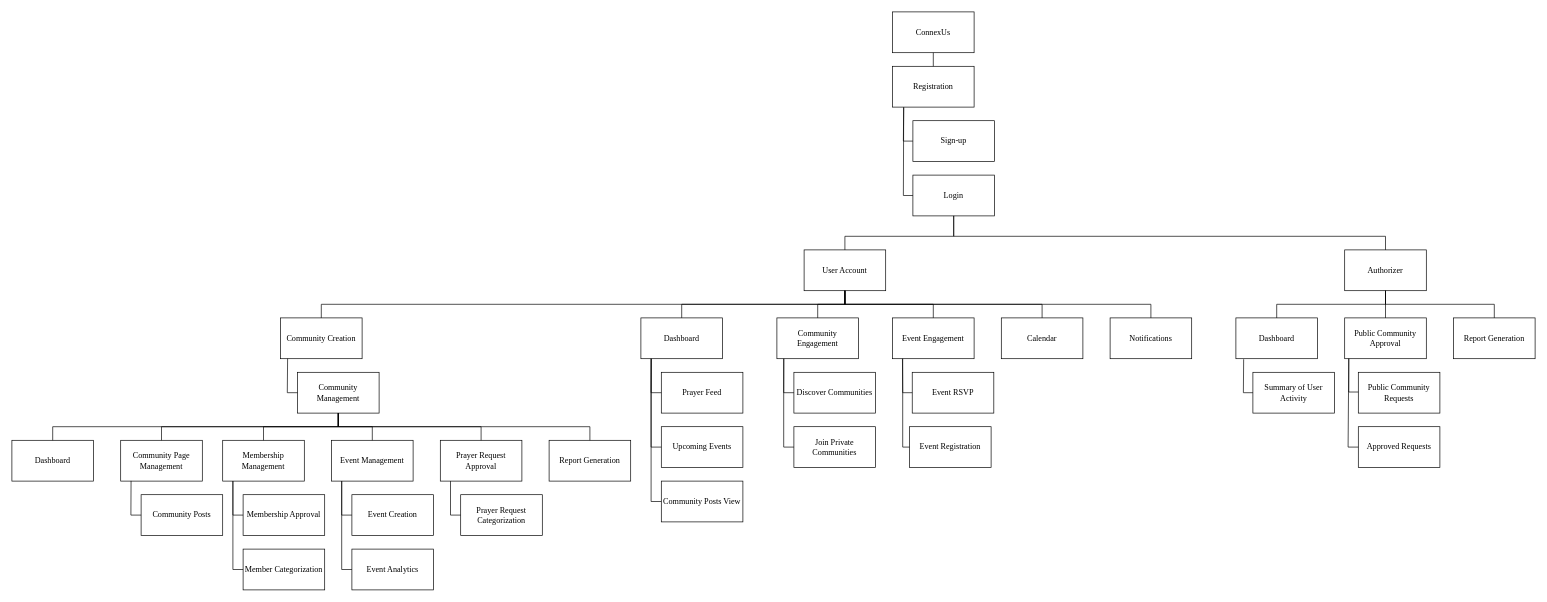
Earlier version of the draw.io diagram page "Page-1" (1 of 11) of ConnexUs_Chap3.drawio (gvillanueva01/ConnexUs_diagrams). Source tidied: cells renumbered, new cells numbered last; positions are measured from the earlier drawing's top-left corner, leaving out a move shared by most shapes. Both pictures are drawn from the tidied source at 68%, with x=0, y=0 at pixel (12, 12).
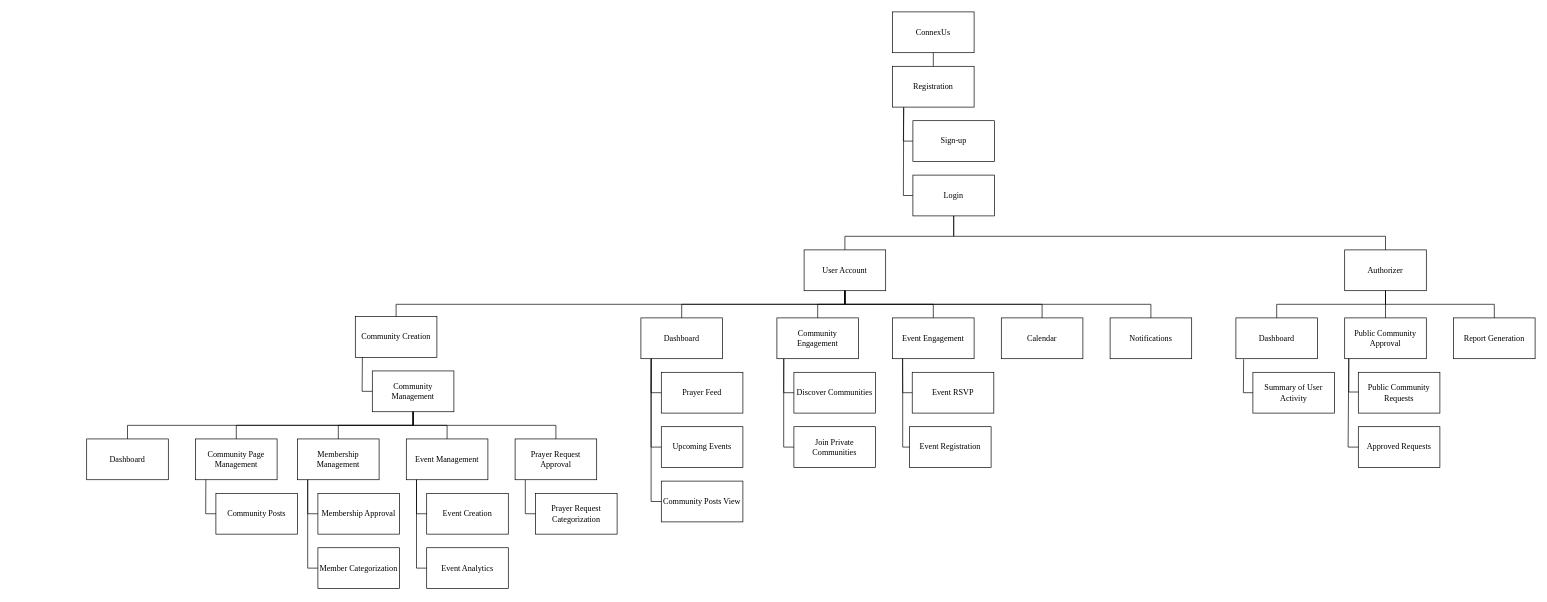
After the change.

Diff of the diagram source:
```diff
@@
     <mxCell id="11" value="Event Management" style="rounded=0;whiteSpace=wrap;html=1;fontFamily=Times New Roman;" parent="1" vertex="1">
-      <mxGeometry x="470" y="630" width="120" height="60" as="geometry" />
+      <mxGeometry x="580" y="628" width="120" height="60" as="geometry" />
     </mxCell>
@@
     <mxCell id="13" value="Event Creation" style="rounded=0;whiteSpace=wrap;html=1;fontFamily=Times New Roman;" parent="1" vertex="1">
-      <mxGeometry x="500" y="710" width="120" height="60" as="geometry" />
+      <mxGeometry x="610" y="708" width="120" height="60" as="geometry" />
     </mxCell>
     <mxCell id="14" value="Event Analytics" style="rounded=0;whiteSpace=wrap;html=1;fontFamily=Times New Roman;" parent="1" vertex="1">
-      <mxGeometry x="500" y="790" width="120" height="60" as="geometry" />
+      <mxGeometry x="610" y="788" width="120" height="60" as="geometry" />
     </mxCell>
     <mxCell id="15" value="Membership Management" style="rounded=0;whiteSpace=wrap;html=1;fontFamily=Times New Roman;" parent="1" vertex="1">
-      <mxGeometry x="310" y="630" width="120" height="60" as="geometry" />
+      <mxGeometry x="420" y="628" width="120" height="60" as="geometry" />
     </mxCell>
     <mxCell id="16" value="Member Categorization" style="rounded=0;whiteSpace=wrap;html=1;fontFamily=Times New Roman;" parent="1" vertex="1">
-      <mxGeometry x="340" y="790" width="120" height="60" as="geometry" />
+      <mxGeometry x="450" y="788" width="120" height="60" as="geometry" />
     </mxCell>
     <mxCell id="17" value="Membership Approval" style="rounded=0;whiteSpace=wrap;html=1;fontFamily=Times New Roman;" parent="1" vertex="1">
-      <mxGeometry x="340" y="710" width="120" height="60" as="geometry" />
+      <mxGeometry x="450" y="708" width="120" height="60" as="geometry" />
     </mxCell>
     <mxCell id="18" value="Dashboard" style="rounded=0;whiteSpace=wrap;html=1;fontFamily=Times New Roman;" parent="1" vertex="1">
-      <mxGeometry y="630" width="120" height="60" as="geometry" />
+      <mxGeometry x="110" y="628" width="120" height="60" as="geometry" />
     </mxCell>
     <mxCell id="19" value="Prayer Request Approval" style="rounded=0;whiteSpace=wrap;html=1;fontFamily=Times New Roman;" parent="1" vertex="1">
-      <mxGeometry x="630" y="630" width="120" height="60" as="geometry" />
+      <mxGeometry x="740" y="628" width="120" height="60" as="geometry" />
     </mxCell>
     <mxCell id="20" value="Prayer Request Categorization" style="rounded=0;whiteSpace=wrap;html=1;fontFamily=Times New Roman;" parent="1" vertex="1">
-      <mxGeometry x="660" y="710" width="120" height="60" as="geometry" />
+      <mxGeometry x="770" y="708" width="120" height="60" as="geometry" />
     </mxCell>
@@
     <mxCell id="22" value="Community Creation" style="rounded=0;whiteSpace=wrap;html=1;fontFamily=Times New Roman;" parent="1" vertex="1">
-      <mxGeometry x="395" y="450" width="120" height="60" as="geometry" />
+      <mxGeometry x="505" y="448" width="120" height="60" as="geometry" />
     </mxCell>
     <mxCell id="23" value="Community Management" style="rounded=0;whiteSpace=wrap;html=1;fontFamily=Times New Roman;" parent="1" vertex="1">
-      <mxGeometry x="420" y="530" width="120" height="60" as="geometry" />
+      <mxGeometry x="530" y="528" width="120" height="60" as="geometry" />
     </mxCell>
@@
     <mxCell id="32" value="Community Page Management" style="rounded=0;whiteSpace=wrap;html=1;fontFamily=Times New Roman;" parent="1" vertex="1">
-      <mxGeometry x="160" y="630" width="120" height="60" as="geometry" />
+      <mxGeometry x="270" y="628" width="120" height="60" as="geometry" />
     </mxCell>
     <mxCell id="33" value="Community Posts" style="rounded=0;whiteSpace=wrap;html=1;fontFamily=Times New Roman;" parent="1" vertex="1">
-      <mxGeometry x="190" y="710" width="120" height="60" as="geometry" />
+      <mxGeometry x="300" y="708" width="120" height="60" as="geometry" />
     </mxCell>
@@
-    <mxCell id="35" value="Report Generation" style="rounded=0;whiteSpace=wrap;html=1;fontFamily=Times New Roman;" parent="1" vertex="1">
-      <mxGeometry x="790" y="630" width="120" height="60" as="geometry" />
-    </mxCell>
@@
     <mxCell id="46" style="endArrow=none;html=1;rounded=0;entryX=0.5;entryY=1;entryDx=0;entryDy=0;exitX=0.5;exitY=0;exitDx=0;exitDy=0;" parent="1" edge="1" source="22">
       <mxGeometry relative="1" as="geometry">
         <mxPoint x="1225" y="410" as="targetPoint" />
         <Array as="points">
-          <mxPoint x="455" y="430" />
+          <mxPoint x="565" y="430" />
           <mxPoint x="1225" y="430" />
         </Array>
       </mxGeometry>
     </mxCell>
@@
     <mxCell id="51" style="endArrow=none;html=1;rounded=0;entryX=0.087;entryY=0.998;entryDx=0;entryDy=0;entryPerimeter=0;exitX=0;exitY=0.5;exitDx=0;exitDy=0;" parent="1" edge="1" source="23" target="22">
       <mxGeometry relative="1" as="geometry">
         <Array as="points">
-          <mxPoint x="405" y="560" />
+          <mxPoint x="515" y="558" />
         </Array>
       </mxGeometry>
     </mxCell>
     <mxCell id="52" style="endArrow=none;html=1;rounded=0;entryX=0.5;entryY=1;entryDx=0;entryDy=0;exitX=0.5;exitY=0;exitDx=0;exitDy=0;" parent="1" edge="1" source="18" target="23">
       <mxGeometry relative="1" as="geometry">
         <Array as="points">
-          <mxPoint x="60" y="610" />
-          <mxPoint x="480" y="610" />
+          <mxPoint x="170" y="608" />
+          <mxPoint x="590" y="608" />
         </Array>
       </mxGeometry>
     </mxCell>
     <mxCell id="53" style="endArrow=none;html=1;rounded=0;entryX=0.5;entryY=1;entryDx=0;entryDy=0;exitX=0.5;exitY=0;exitDx=0;exitDy=0;" parent="1" edge="1" source="32">
       <mxGeometry relative="1" as="geometry">
-        <mxPoint x="480" y="590" as="targetPoint" />
+        <mxPoint x="590" y="588" as="targetPoint" />
         <Array as="points">
-          <mxPoint x="220" y="610" />
-          <mxPoint x="480" y="610" />
+          <mxPoint x="330" y="608" />
+          <mxPoint x="590" y="608" />
         </Array>
       </mxGeometry>
     </mxCell>
     <mxCell id="54" style="endArrow=none;html=1;rounded=0;entryX=0.5;entryY=1;entryDx=0;entryDy=0;exitX=0.5;exitY=0;exitDx=0;exitDy=0;" parent="1" edge="1" source="15" target="23">
       <mxGeometry relative="1" as="geometry">
         <Array as="points">
-          <mxPoint x="370" y="610" />
-          <mxPoint x="480" y="610" />
+          <mxPoint x="480" y="608" />
+          <mxPoint x="590" y="608" />
         </Array>
       </mxGeometry>
     </mxCell>
     <mxCell id="55" style="endArrow=none;html=1;rounded=0;entryX=0.5;entryY=1;entryDx=0;entryDy=0;exitX=0.5;exitY=0;exitDx=0;exitDy=0;" parent="1" edge="1" source="11" target="23">
       <mxGeometry relative="1" as="geometry">
         <Array as="points">
-          <mxPoint x="530" y="610" />
-          <mxPoint x="480" y="610" />
+          <mxPoint x="640" y="608" />
+          <mxPoint x="590" y="608" />
         </Array>
       </mxGeometry>
     </mxCell>
     <mxCell id="56" style="endArrow=none;html=1;rounded=0;entryX=0.5;entryY=1;entryDx=0;entryDy=0;exitX=0.5;exitY=0;exitDx=0;exitDy=0;" parent="1" edge="1" source="19">
       <mxGeometry relative="1" as="geometry">
-        <mxPoint x="480" y="590" as="targetPoint" />
+        <mxPoint x="590" y="588" as="targetPoint" />
         <Array as="points">
-          <mxPoint x="690" y="610" />
-          <mxPoint x="480" y="610" />
+          <mxPoint x="800" y="608" />
+          <mxPoint x="590" y="608" />
         </Array>
       </mxGeometry>
     </mxCell>
-    <mxCell id="57" style="endArrow=none;html=1;rounded=0;entryX=0.5;entryY=1;entryDx=0;entryDy=0;exitX=0.5;exitY=0;exitDx=0;exitDy=0;" parent="1" edge="1" source="35">
-      <mxGeometry relative="1" as="geometry">
-        <mxPoint x="480" y="590" as="targetPoint" />
-        <Array as="points">
-          <mxPoint x="850" y="610" />
-          <mxPoint x="480" y="610" />
-        </Array>
-      </mxGeometry>
-    </mxCell>
     <mxCell id="58" style="endArrow=none;html=1;rounded=0;entryX=0.127;entryY=0.995;entryDx=0;entryDy=0;entryPerimeter=0;exitX=0;exitY=0.5;exitDx=0;exitDy=0;" parent="1" edge="1" source="33" target="32">
       <mxGeometry relative="1" as="geometry">
         <Array as="points">
-          <mxPoint x="175" y="740" />
+          <mxPoint x="285" y="738" />
         </Array>
       </mxGeometry>
     </mxCell>
     <mxCell id="59" style="endArrow=none;html=1;rounded=0;entryX=0.087;entryY=1.013;entryDx=0;entryDy=0;entryPerimeter=0;exitX=0;exitY=0.5;exitDx=0;exitDy=0;" parent="1" edge="1" source="17">
       <mxGeometry relative="1" as="geometry">
-        <mxPoint x="325" y="690" as="targetPoint" />
+        <mxPoint x="435" y="688" as="targetPoint" />
         <Array as="points">
-          <mxPoint x="325" y="740" />
+          <mxPoint x="435" y="738" />
         </Array>
       </mxGeometry>
     </mxCell>
     <mxCell id="60" style="endArrow=none;html=1;rounded=0;entryX=0.087;entryY=1.013;entryDx=0;entryDy=0;entryPerimeter=0;exitX=0;exitY=0.5;exitDx=0;exitDy=0;" parent="1" edge="1" source="16">
       <mxGeometry relative="1" as="geometry">
-        <mxPoint x="325" y="690" as="targetPoint" />
+        <mxPoint x="435" y="688" as="targetPoint" />
         <Array as="points">
-          <mxPoint x="325" y="820" />
+          <mxPoint x="435" y="818" />
         </Array>
       </mxGeometry>
     </mxCell>
     <mxCell id="61" style="endArrow=none;html=1;rounded=0;entryX=0.127;entryY=0.995;entryDx=0;entryDy=0;entryPerimeter=0;exitX=0;exitY=0.5;exitDx=0;exitDy=0;" parent="1" edge="1">
       <mxGeometry relative="1" as="geometry">
-        <mxPoint x="500" y="740" as="sourcePoint" />
-        <mxPoint x="485" y="690" as="targetPoint" />
+        <mxPoint x="610" y="738" as="sourcePoint" />
+        <mxPoint x="595" y="688" as="targetPoint" />
         <Array as="points">
-          <mxPoint x="485" y="740" />
+          <mxPoint x="595" y="738" />
         </Array>
       </mxGeometry>
     </mxCell>
     <mxCell id="62" style="endArrow=none;html=1;rounded=0;entryX=0.127;entryY=0.995;entryDx=0;entryDy=0;entryPerimeter=0;exitX=0;exitY=0.5;exitDx=0;exitDy=0;" parent="1" edge="1" source="14">
       <mxGeometry relative="1" as="geometry">
-        <mxPoint x="485" y="690" as="targetPoint" />
+        <mxPoint x="595" y="688" as="targetPoint" />
         <Array as="points">
-          <mxPoint x="485" y="820" />
+          <mxPoint x="595" y="818" />
         </Array>
       </mxGeometry>
     </mxCell>
     <mxCell id="63" style="endArrow=none;html=1;rounded=0;entryX=0.127;entryY=0.995;entryDx=0;entryDy=0;entryPerimeter=0;exitX=0;exitY=0.5;exitDx=0;exitDy=0;" parent="1" edge="1">
       <mxGeometry relative="1" as="geometry">
-        <mxPoint x="660" y="740" as="sourcePoint" />
-        <mxPoint x="645" y="690" as="targetPoint" />
+        <mxPoint x="770" y="738" as="sourcePoint" />
+        <mxPoint x="755" y="688" as="targetPoint" />
         <Array as="points">
-          <mxPoint x="645" y="740" />
+          <mxPoint x="755" y="738" />
         </Array>
       </mxGeometry>
     </mxCell>
```
